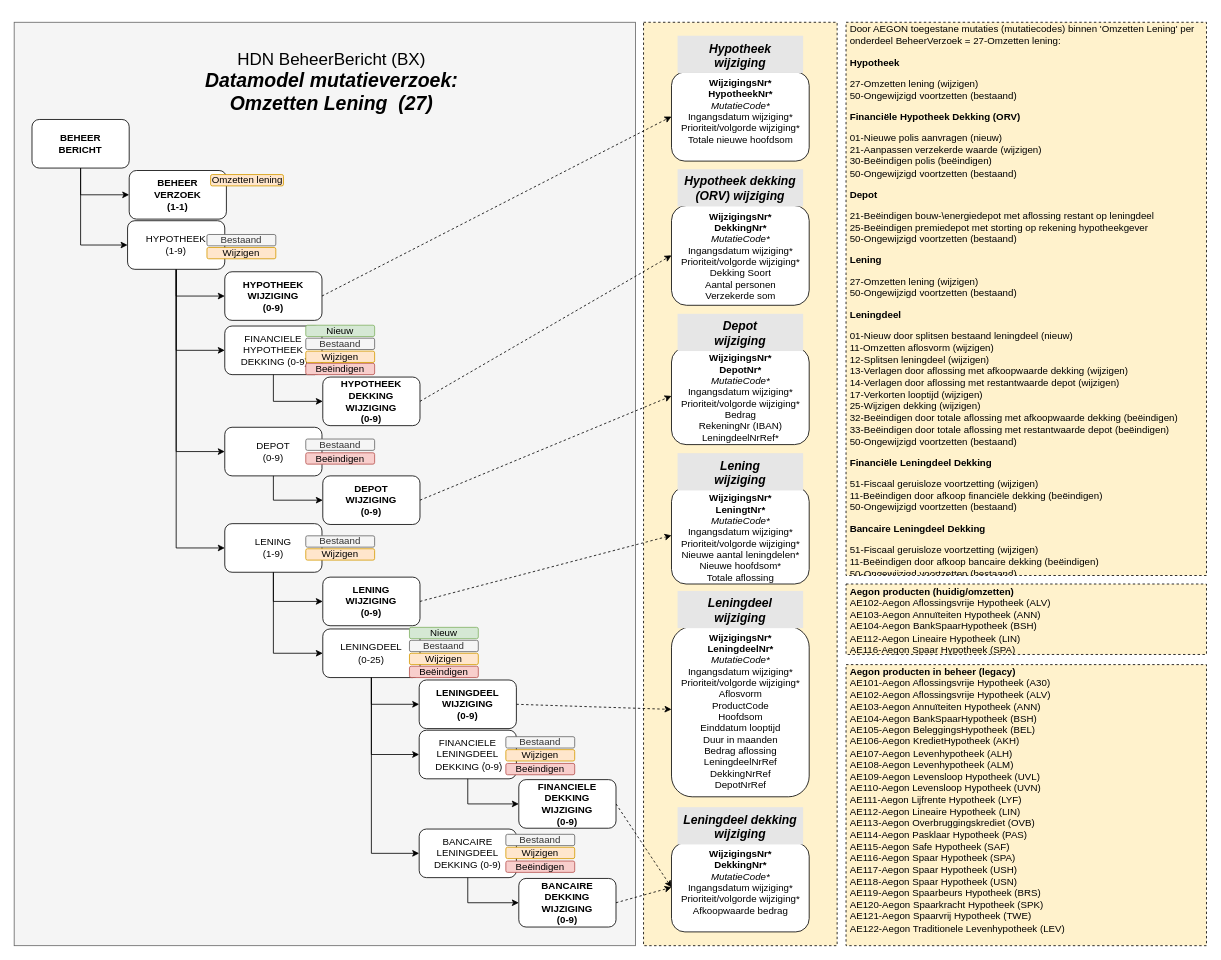
The draw.io diagram page "Wijzigingsentiteiten - Datamodel OL" (2 of 5) of HDN_BX_MM_OmzettenLening.drawio in luchthandel/diagrams, before the edit. Source tidied: cells renumbered, new cells numbered last; positions are measured from the earlier drawing's top-left corner, leaving out a move shared by most shapes. Both pictures are drawn from the tidied source at 81%, with x=0, y=0 at pixel (14, 22).
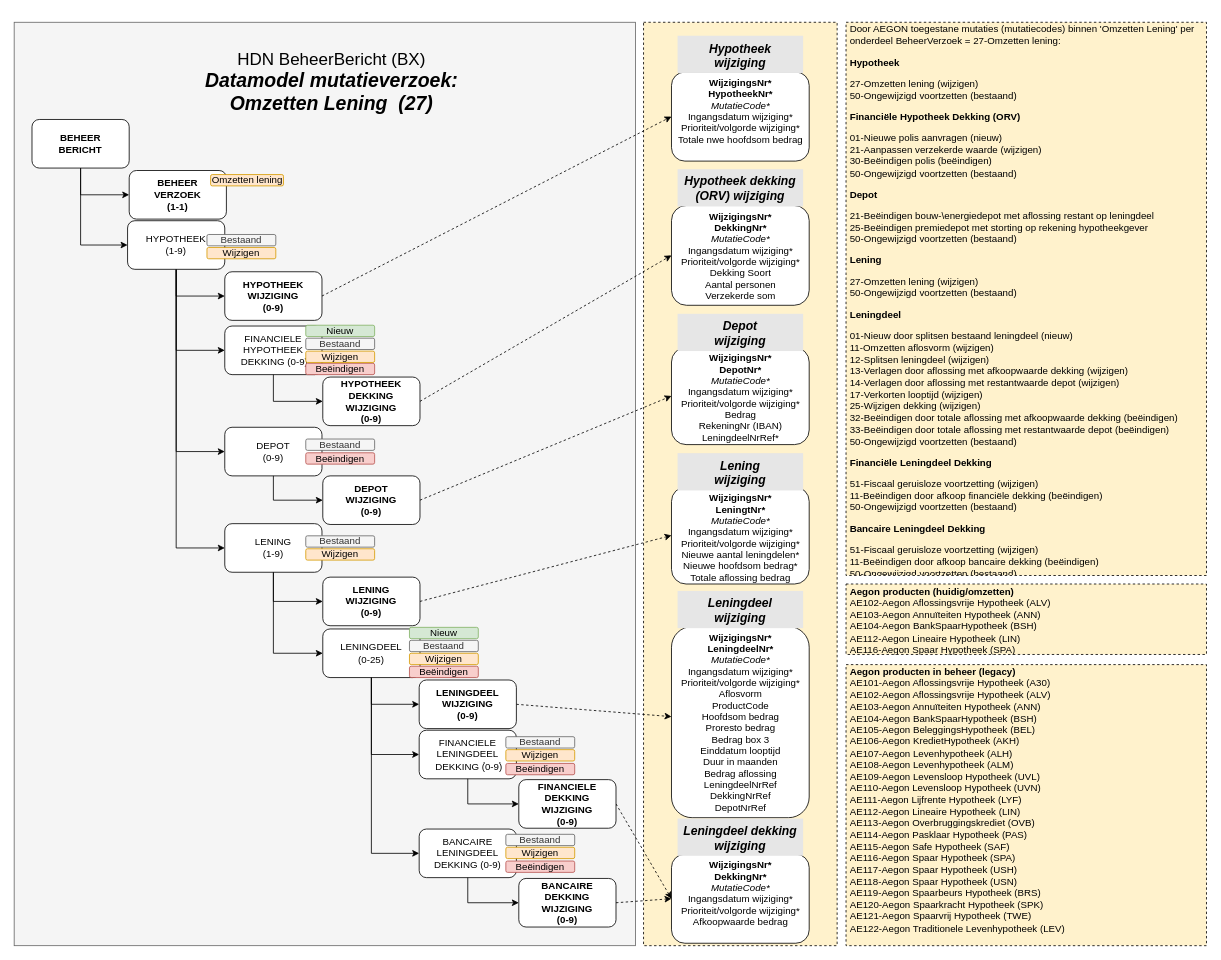
The same page after the edit.

The edit, as a diff of the source:
```diff
@@
-    <mxCell id="70" value="&lt;p class=&quot;p1&quot; style=&quot;margin: 0px ; font-stretch: normal ; line-height: normal ; font-family: &amp;#34;arial&amp;#34; ; color: rgb(0 , 0 , 0)&quot;&gt;&lt;span&gt;WijzigingsNr*&lt;/span&gt;&lt;/p&gt;&lt;p class=&quot;p1&quot; style=&quot;margin: 0px ; font-stretch: normal ; line-height: normal ; font-family: &amp;#34;arial&amp;#34; ; color: rgb(0 , 0 , 0)&quot;&gt;&lt;span&gt;LeningdeelNr*&lt;/span&gt;&lt;br&gt;&lt;/p&gt;&lt;p class=&quot;p1&quot; style=&quot;margin: 0px ; font-weight: 400 ; font-stretch: normal ; line-height: normal ; font-family: &amp;#34;arial&amp;#34; ; color: rgb(0 , 0 , 0)&quot;&gt;&lt;font style=&quot;font-size: 12px&quot;&gt;&lt;i&gt;MutatieCode*&lt;/i&gt;&lt;/font&gt;&lt;/p&gt;&lt;p class=&quot;p1&quot; style=&quot;margin: 0px ; font-weight: 400 ; font-stretch: normal ; line-height: normal ; font-family: &amp;#34;arial&amp;#34; ; color: rgb(0 , 0 , 0)&quot;&gt;&lt;font style=&quot;font-size: 12px&quot;&gt;Ingangsdatum wijziging*&lt;/font&gt;&lt;/p&gt;&lt;p class=&quot;p1&quot; style=&quot;margin: 0px ; font-weight: 400 ; font-stretch: normal ; line-height: normal ; font-family: &amp;#34;arial&amp;#34; ; color: rgb(0 , 0 , 0)&quot;&gt;&lt;font style=&quot;font-size: 12px&quot;&gt;Prioriteit/volgorde wijziging*&lt;br&gt;&lt;/font&gt;&lt;/p&gt;&lt;p class=&quot;p1&quot; style=&quot;margin: 0px ; font-weight: 400 ; font-stretch: normal ; line-height: normal ; font-family: &amp;#34;arial&amp;#34; ; color: rgb(0 , 0 , 0)&quot;&gt;&lt;font style=&quot;font-size: 12px&quot;&gt;Aflosvorm&lt;/font&gt;&lt;/p&gt;&lt;p class=&quot;p1&quot; style=&quot;margin: 0px ; font-weight: 400 ; font-stretch: normal ; line-height: normal ; font-family: &amp;#34;arial&amp;#34; ; color: rgb(0 , 0 , 0)&quot;&gt;&lt;font style=&quot;font-size: 12px&quot;&gt;ProductCode&lt;/font&gt;&lt;/p&gt;&lt;p class=&quot;p1&quot; style=&quot;margin: 0px ; font-weight: 400 ; font-stretch: normal ; line-height: normal ; font-family: &amp;#34;arial&amp;#34; ; color: rgb(0 , 0 , 0)&quot;&gt;&lt;font style=&quot;font-size: 12px&quot;&gt;Hoofdsom&lt;/font&gt;&lt;/p&gt;&lt;p class=&quot;p1&quot; style=&quot;margin: 0px ; font-weight: 400 ; font-stretch: normal ; line-height: normal ; font-family: &amp;#34;arial&amp;#34; ; color: rgb(0 , 0 , 0)&quot;&gt;&lt;font style=&quot;font-size: 12px&quot;&gt;Einddatum looptijd&lt;/font&gt;&lt;/p&gt;&lt;p class=&quot;p1&quot; style=&quot;margin: 0px ; font-weight: 400 ; font-stretch: normal ; line-height: normal ; font-family: &amp;#34;arial&amp;#34; ; color: rgb(0 , 0 , 0)&quot;&gt;&lt;font style=&quot;font-size: 12px&quot;&gt;Duur in maanden&lt;/font&gt;&lt;/p&gt;&lt;p class=&quot;p1&quot; style=&quot;margin: 0px ; font-weight: 400 ; font-stretch: normal ; line-height: normal ; font-family: &amp;#34;arial&amp;#34; ; color: rgb(0 , 0 , 0)&quot;&gt;&lt;font style=&quot;font-size: 12px&quot;&gt;Bedrag aflossing&lt;/font&gt;&lt;/p&gt;&lt;p class=&quot;p1&quot; style=&quot;margin: 0px ; font-weight: 400 ; font-stretch: normal ; line-height: normal ; font-family: &amp;#34;arial&amp;#34; ; color: rgb(0 , 0 , 0)&quot;&gt;&lt;span&gt;LeningdeelNrRef&lt;/span&gt;&lt;br&gt;&lt;/p&gt;&lt;p class=&quot;p1&quot; style=&quot;margin: 0px ; font-weight: 400 ; font-stretch: normal ; line-height: normal ; font-family: &amp;#34;arial&amp;#34; ; color: rgb(0 , 0 , 0)&quot;&gt;DekkingNrRef&lt;/p&gt;&lt;p class=&quot;p1&quot; style=&quot;margin: 0px ; font-weight: 400 ; font-stretch: normal ; line-height: normal ; font-family: &amp;#34;arial&amp;#34; ; color: rgb(0 , 0 , 0)&quot;&gt;&lt;/p&gt;&lt;p class=&quot;p1&quot; style=&quot;margin: 0px ; font-weight: 400 ; font-stretch: normal ; line-height: normal ; font-family: &amp;#34;arial&amp;#34; ; color: rgb(0 , 0 , 0)&quot;&gt;DepotNrRef&lt;/p&gt;" style="rounded=1;whiteSpace=wrap;html=1;fontStyle=1;fontColor=#808080;verticalAlign=top;" parent="1" vertex="1">
-      <mxGeometry x="811.5" y="746" width="170" height="210.2" as="geometry" />
+    <mxCell id="70" value="&lt;p class=&quot;p1&quot; style=&quot;margin: 0px ; font-stretch: normal ; line-height: normal ; font-family: &amp;#34;arial&amp;#34; ; color: rgb(0 , 0 , 0)&quot;&gt;&lt;span&gt;WijzigingsNr*&lt;/span&gt;&lt;/p&gt;&lt;p class=&quot;p1&quot; style=&quot;margin: 0px ; font-stretch: normal ; line-height: normal ; font-family: &amp;#34;arial&amp;#34; ; color: rgb(0 , 0 , 0)&quot;&gt;&lt;span&gt;LeningdeelNr*&lt;/span&gt;&lt;br&gt;&lt;/p&gt;&lt;p class=&quot;p1&quot; style=&quot;margin: 0px ; font-weight: 400 ; font-stretch: normal ; line-height: normal ; font-family: &amp;#34;arial&amp;#34; ; color: rgb(0 , 0 , 0)&quot;&gt;&lt;font style=&quot;font-size: 12px&quot;&gt;&lt;i&gt;MutatieCode*&lt;/i&gt;&lt;/font&gt;&lt;/p&gt;&lt;p class=&quot;p1&quot; style=&quot;margin: 0px ; font-weight: 400 ; font-stretch: normal ; line-height: normal ; font-family: &amp;#34;arial&amp;#34; ; color: rgb(0 , 0 , 0)&quot;&gt;&lt;font style=&quot;font-size: 12px&quot;&gt;Ingangsdatum wijziging*&lt;/font&gt;&lt;/p&gt;&lt;p class=&quot;p1&quot; style=&quot;margin: 0px ; font-weight: 400 ; font-stretch: normal ; line-height: normal ; font-family: &amp;#34;arial&amp;#34; ; color: rgb(0 , 0 , 0)&quot;&gt;&lt;font style=&quot;font-size: 12px&quot;&gt;Prioriteit/volgorde wijziging*&lt;br&gt;&lt;/font&gt;&lt;/p&gt;&lt;p class=&quot;p1&quot; style=&quot;margin: 0px ; font-weight: 400 ; font-stretch: normal ; line-height: normal ; font-family: &amp;#34;arial&amp;#34; ; color: rgb(0 , 0 , 0)&quot;&gt;&lt;font style=&quot;font-size: 12px&quot;&gt;Aflosvorm&lt;/font&gt;&lt;/p&gt;&lt;p class=&quot;p1&quot; style=&quot;margin: 0px ; font-weight: 400 ; font-stretch: normal ; line-height: normal ; font-family: &amp;#34;arial&amp;#34; ; color: rgb(0 , 0 , 0)&quot;&gt;&lt;font style=&quot;font-size: 12px&quot;&gt;ProductCode&lt;/font&gt;&lt;/p&gt;&lt;p class=&quot;p1&quot; style=&quot;margin: 0px ; font-weight: 400 ; font-stretch: normal ; line-height: normal ; font-family: &amp;#34;arial&amp;#34; ; color: rgb(0 , 0 , 0)&quot;&gt;&lt;font style=&quot;font-size: 12px&quot;&gt;Hoofdsom bedrag&lt;/font&gt;&lt;/p&gt;&lt;p class=&quot;p1&quot; style=&quot;margin: 0px ; font-weight: 400 ; font-stretch: normal ; line-height: normal ; font-family: &amp;#34;arial&amp;#34; ; color: rgb(0 , 0 , 0)&quot;&gt;&lt;font style=&quot;font-size: 12px&quot;&gt;Proresto bedrag&lt;/font&gt;&lt;/p&gt;&lt;p class=&quot;p1&quot; style=&quot;margin: 0px ; font-weight: 400 ; font-stretch: normal ; line-height: normal ; font-family: &amp;#34;arial&amp;#34; ; color: rgb(0 , 0 , 0)&quot;&gt;&lt;font style=&quot;font-size: 12px&quot;&gt;Bedrag box 3&lt;/font&gt;&lt;/p&gt;&lt;p class=&quot;p1&quot; style=&quot;margin: 0px ; font-weight: 400 ; font-stretch: normal ; line-height: normal ; font-family: &amp;#34;arial&amp;#34; ; color: rgb(0 , 0 , 0)&quot;&gt;&lt;font style=&quot;font-size: 12px&quot;&gt;Einddatum looptijd&lt;/font&gt;&lt;/p&gt;&lt;p class=&quot;p1&quot; style=&quot;margin: 0px ; font-weight: 400 ; font-stretch: normal ; line-height: normal ; font-family: &amp;#34;arial&amp;#34; ; color: rgb(0 , 0 , 0)&quot;&gt;&lt;font style=&quot;font-size: 12px&quot;&gt;Duur in maanden&lt;/font&gt;&lt;/p&gt;&lt;p class=&quot;p1&quot; style=&quot;margin: 0px ; font-weight: 400 ; font-stretch: normal ; line-height: normal ; font-family: &amp;#34;arial&amp;#34; ; color: rgb(0 , 0 , 0)&quot;&gt;&lt;font style=&quot;font-size: 12px&quot;&gt;Bedrag aflossing&lt;/font&gt;&lt;/p&gt;&lt;p class=&quot;p1&quot; style=&quot;margin: 0px ; font-weight: 400 ; font-stretch: normal ; line-height: normal ; font-family: &amp;#34;arial&amp;#34; ; color: rgb(0 , 0 , 0)&quot;&gt;&lt;span&gt;LeningdeelNrRef&lt;/span&gt;&lt;br&gt;&lt;/p&gt;&lt;p class=&quot;p1&quot; style=&quot;margin: 0px ; font-weight: 400 ; font-stretch: normal ; line-height: normal ; font-family: &amp;#34;arial&amp;#34; ; color: rgb(0 , 0 , 0)&quot;&gt;DekkingNrRef&lt;/p&gt;&lt;p class=&quot;p1&quot; style=&quot;margin: 0px ; font-weight: 400 ; font-stretch: normal ; line-height: normal ; font-family: &amp;#34;arial&amp;#34; ; color: rgb(0 , 0 , 0)&quot;&gt;&lt;/p&gt;&lt;p class=&quot;p1&quot; style=&quot;margin: 0px ; font-weight: 400 ; font-stretch: normal ; line-height: normal ; font-family: &amp;#34;arial&amp;#34; ; color: rgb(0 , 0 , 0)&quot;&gt;DepotNrRef&lt;/p&gt;" style="rounded=1;whiteSpace=wrap;html=1;fontStyle=1;fontColor=#808080;verticalAlign=top;" parent="1" vertex="1">
+      <mxGeometry x="811.5" y="746" width="170" height="236" as="geometry" />
     </mxCell>
@@
-    <mxCell id="73" value="&lt;p class=&quot;p1&quot; style=&quot;margin: 0px ; font-stretch: normal ; line-height: normal ; font-family: &amp;#34;arial&amp;#34; ; color: rgb(0 , 0 , 0)&quot;&gt;&lt;span&gt;WijzigingsNr*&lt;/span&gt;&lt;/p&gt;&lt;p class=&quot;p1&quot; style=&quot;margin: 0px ; font-stretch: normal ; line-height: normal ; font-family: &amp;#34;arial&amp;#34; ; color: rgb(0 , 0 , 0)&quot;&gt;&lt;span&gt;LeningtNr*&lt;/span&gt;&lt;br&gt;&lt;/p&gt;&lt;p class=&quot;p1&quot; style=&quot;margin: 0px ; font-weight: 400 ; font-stretch: normal ; line-height: normal ; font-family: &amp;#34;arial&amp;#34; ; color: rgb(0 , 0 , 0)&quot;&gt;&lt;font style=&quot;font-size: 12px&quot;&gt;&lt;i&gt;MutatieCode*&lt;/i&gt;&lt;/font&gt;&lt;/p&gt;&lt;p class=&quot;p1&quot; style=&quot;margin: 0px ; font-weight: 400 ; font-stretch: normal ; line-height: normal ; font-family: &amp;#34;arial&amp;#34; ; color: rgb(0 , 0 , 0)&quot;&gt;&lt;font style=&quot;font-size: 12px&quot;&gt;Ingangsdatum wijziging*&lt;/font&gt;&lt;/p&gt;&lt;p class=&quot;p1&quot; style=&quot;margin: 0px ; font-weight: 400 ; font-stretch: normal ; line-height: normal ; font-family: &amp;#34;arial&amp;#34; ; color: rgb(0 , 0 , 0)&quot;&gt;Prioriteit/volgorde wijziging*&lt;span style=&quot;font-family: &amp;#34;helvetica&amp;#34; ; text-align: left&quot;&gt;&lt;br&gt;&lt;/span&gt;&lt;/p&gt;&lt;p class=&quot;p1&quot; style=&quot;margin: 0px ; font-weight: 400 ; font-stretch: normal ; line-height: normal ; font-family: &amp;#34;arial&amp;#34; ; color: rgb(0 , 0 , 0)&quot;&gt;&lt;span style=&quot;font-family: &amp;#34;helvetica&amp;#34; ; text-align: left&quot;&gt;Nieuwe aantal leningdelen*&lt;/span&gt;&lt;br style=&quot;font-family: &amp;#34;helvetica&amp;#34; ; text-align: left&quot;&gt;&lt;span style=&quot;font-family: &amp;#34;helvetica&amp;#34; ; text-align: left&quot;&gt;Nieuwe hoofdsom*&lt;/span&gt;&lt;br style=&quot;font-family: &amp;#34;helvetica&amp;#34; ; text-align: left&quot;&gt;&lt;span style=&quot;font-family: &amp;#34;helvetica&amp;#34; ; text-align: left&quot;&gt;Totale aflossing&lt;/span&gt;&lt;br&gt;&lt;/p&gt;" style="rounded=1;whiteSpace=wrap;html=1;fontStyle=1;fontColor=#808080;verticalAlign=top;" parent="1" vertex="1">
+    <mxCell id="73" value="&lt;p class=&quot;p1&quot; style=&quot;margin: 0px ; font-stretch: normal ; line-height: normal ; font-family: &amp;#34;arial&amp;#34; ; color: rgb(0 , 0 , 0)&quot;&gt;&lt;span&gt;WijzigingsNr*&lt;/span&gt;&lt;/p&gt;&lt;p class=&quot;p1&quot; style=&quot;margin: 0px ; font-stretch: normal ; line-height: normal ; font-family: &amp;#34;arial&amp;#34; ; color: rgb(0 , 0 , 0)&quot;&gt;&lt;span&gt;LeningtNr*&lt;/span&gt;&lt;br&gt;&lt;/p&gt;&lt;p class=&quot;p1&quot; style=&quot;margin: 0px ; font-weight: 400 ; font-stretch: normal ; line-height: normal ; font-family: &amp;#34;arial&amp;#34; ; color: rgb(0 , 0 , 0)&quot;&gt;&lt;font style=&quot;font-size: 12px&quot;&gt;&lt;i&gt;MutatieCode*&lt;/i&gt;&lt;/font&gt;&lt;/p&gt;&lt;p class=&quot;p1&quot; style=&quot;margin: 0px ; font-weight: 400 ; font-stretch: normal ; line-height: normal ; font-family: &amp;#34;arial&amp;#34; ; color: rgb(0 , 0 , 0)&quot;&gt;&lt;font style=&quot;font-size: 12px&quot;&gt;Ingangsdatum wijziging*&lt;/font&gt;&lt;/p&gt;&lt;p class=&quot;p1&quot; style=&quot;margin: 0px ; font-weight: 400 ; font-stretch: normal ; line-height: normal ; font-family: &amp;#34;arial&amp;#34; ; color: rgb(0 , 0 , 0)&quot;&gt;Prioriteit/volgorde wijziging*&lt;span style=&quot;font-family: &amp;#34;helvetica&amp;#34; ; text-align: left&quot;&gt;&lt;br&gt;&lt;/span&gt;&lt;/p&gt;&lt;p class=&quot;p1&quot; style=&quot;margin: 0px ; font-weight: 400 ; font-stretch: normal ; line-height: normal ; font-family: &amp;#34;arial&amp;#34; ; color: rgb(0 , 0 , 0)&quot;&gt;&lt;span style=&quot;font-family: &amp;#34;helvetica&amp;#34; ; text-align: left&quot;&gt;Nieuwe aantal leningdelen*&lt;/span&gt;&lt;br style=&quot;font-family: &amp;#34;helvetica&amp;#34; ; text-align: left&quot;&gt;&lt;span style=&quot;font-family: &amp;#34;helvetica&amp;#34; ; text-align: left&quot;&gt;Nieuwe hoofdsom bedrag*&lt;/span&gt;&lt;br style=&quot;font-family: &amp;#34;helvetica&amp;#34; ; text-align: left&quot;&gt;&lt;span style=&quot;font-family: &amp;#34;helvetica&amp;#34; ; text-align: left&quot;&gt;Totale aflossing bedrag&lt;/span&gt;&lt;br&gt;&lt;/p&gt;" style="rounded=1;whiteSpace=wrap;html=1;fontStyle=1;fontColor=#808080;verticalAlign=top;" parent="1" vertex="1">
       <mxGeometry x="811.5" y="573.5" width="170" height="120" as="geometry" />
     </mxCell>
     <mxCell id="74" value="&lt;p class=&quot;p1&quot; style=&quot;margin: 0px ; font-stretch: normal ; line-height: normal ; font-family: &amp;#34;arial&amp;#34; ; color: rgb(0 , 0 , 0)&quot;&gt;&lt;span&gt;WijzigingsNr*&lt;/span&gt;&lt;/p&gt;&lt;p class=&quot;p1&quot; style=&quot;margin: 0px ; font-stretch: normal ; line-height: normal ; font-family: &amp;#34;arial&amp;#34; ; color: rgb(0 , 0 , 0)&quot;&gt;&lt;span&gt;DekkingNr*&lt;/span&gt;&lt;br&gt;&lt;/p&gt;&lt;p class=&quot;p1&quot; style=&quot;margin: 0px ; font-weight: 400 ; font-stretch: normal ; line-height: normal ; font-family: &amp;#34;arial&amp;#34; ; color: rgb(0 , 0 , 0)&quot;&gt;&lt;font style=&quot;font-size: 12px&quot;&gt;&lt;i&gt;MutatieCode*&lt;/i&gt;&lt;/font&gt;&lt;/p&gt;&lt;p class=&quot;p1&quot; style=&quot;margin: 0px ; font-weight: 400 ; font-stretch: normal ; line-height: normal ; font-family: &amp;#34;arial&amp;#34; ; color: rgb(0 , 0 , 0)&quot;&gt;&lt;font style=&quot;font-size: 12px&quot;&gt;Ingangsdatum wijziging*&lt;/font&gt;&lt;/p&gt;&lt;p class=&quot;p1&quot; style=&quot;margin: 0px ; font-weight: 400 ; font-stretch: normal ; line-height: normal ; font-family: &amp;#34;arial&amp;#34; ; color: rgb(0 , 0 , 0)&quot;&gt;&lt;font style=&quot;font-size: 12px&quot;&gt;Prioriteit/volgorde wijziging*&lt;br&gt;&lt;/font&gt;&lt;/p&gt;&lt;p class=&quot;p1&quot; style=&quot;margin: 0px ; font-weight: 400 ; font-stretch: normal ; line-height: normal ; font-family: &amp;#34;arial&amp;#34; ; color: rgb(0 , 0 , 0)&quot;&gt;Afkoopwaarde bedrag&lt;/p&gt;" style="rounded=1;whiteSpace=wrap;html=1;fontStyle=1;fontColor=#808080;verticalAlign=top;" parent="1" vertex="1">
-      <mxGeometry x="811.5" y="1013" width="170" height="110" as="geometry" />
+      <mxGeometry x="811.5" y="1027" width="170" height="110" as="geometry" />
     </mxCell>
-    <mxCell id="75" value="&lt;p class=&quot;p1&quot; style=&quot;margin: 0px ; font-stretch: normal ; line-height: normal ; font-family: &amp;#34;arial&amp;#34; ; color: rgb(0 , 0 , 0)&quot;&gt;&lt;span&gt;WijzigingsNr*&lt;/span&gt;&lt;/p&gt;&lt;p class=&quot;p1&quot; style=&quot;margin: 0px ; font-stretch: normal ; line-height: normal ; font-family: &amp;#34;arial&amp;#34; ; color: rgb(0 , 0 , 0)&quot;&gt;&lt;span&gt;HypotheekNr*&lt;/span&gt;&lt;br&gt;&lt;/p&gt;&lt;p class=&quot;p1&quot; style=&quot;margin: 0px ; font-weight: 400 ; font-stretch: normal ; line-height: normal ; font-family: &amp;#34;arial&amp;#34; ; color: rgb(0 , 0 , 0)&quot;&gt;&lt;font style=&quot;font-size: 12px&quot;&gt;&lt;i&gt;MutatieCode*&lt;/i&gt;&lt;/font&gt;&lt;/p&gt;&lt;p class=&quot;p1&quot; style=&quot;margin: 0px ; font-weight: 400 ; font-stretch: normal ; line-height: normal ; font-family: &amp;#34;arial&amp;#34; ; color: rgb(0 , 0 , 0)&quot;&gt;&lt;font style=&quot;font-size: 12px&quot;&gt;Ingangsdatum wijziging*&lt;/font&gt;&lt;/p&gt;&lt;p class=&quot;p1&quot; style=&quot;margin: 0px ; font-weight: 400 ; font-stretch: normal ; line-height: normal ; font-family: &amp;#34;arial&amp;#34; ; color: rgb(0 , 0 , 0)&quot;&gt;Prioriteit/volgorde wijziging*&lt;/p&gt;&lt;p class=&quot;p1&quot; style=&quot;margin: 0px ; font-weight: 400 ; font-stretch: normal ; line-height: normal ; font-family: &amp;#34;arial&amp;#34; ; color: rgb(0 , 0 , 0)&quot;&gt;Totale nieuwe hoofdsom&lt;/p&gt;" style="rounded=1;whiteSpace=wrap;html=1;fontStyle=1;fontColor=#808080;verticalAlign=top;" parent="1" vertex="1">
+    <mxCell id="75" value="&lt;p class=&quot;p1&quot; style=&quot;margin: 0px ; font-stretch: normal ; line-height: normal ; font-family: &amp;#34;arial&amp;#34; ; color: rgb(0 , 0 , 0)&quot;&gt;&lt;span&gt;WijzigingsNr*&lt;/span&gt;&lt;/p&gt;&lt;p class=&quot;p1&quot; style=&quot;margin: 0px ; font-stretch: normal ; line-height: normal ; font-family: &amp;#34;arial&amp;#34; ; color: rgb(0 , 0 , 0)&quot;&gt;&lt;span&gt;HypotheekNr*&lt;/span&gt;&lt;br&gt;&lt;/p&gt;&lt;p class=&quot;p1&quot; style=&quot;margin: 0px ; font-weight: 400 ; font-stretch: normal ; line-height: normal ; font-family: &amp;#34;arial&amp;#34; ; color: rgb(0 , 0 , 0)&quot;&gt;&lt;font style=&quot;font-size: 12px&quot;&gt;&lt;i&gt;MutatieCode*&lt;/i&gt;&lt;/font&gt;&lt;/p&gt;&lt;p class=&quot;p1&quot; style=&quot;margin: 0px ; font-weight: 400 ; font-stretch: normal ; line-height: normal ; font-family: &amp;#34;arial&amp;#34; ; color: rgb(0 , 0 , 0)&quot;&gt;&lt;font style=&quot;font-size: 12px&quot;&gt;Ingangsdatum wijziging*&lt;/font&gt;&lt;/p&gt;&lt;p class=&quot;p1&quot; style=&quot;margin: 0px ; font-weight: 400 ; font-stretch: normal ; line-height: normal ; font-family: &amp;#34;arial&amp;#34; ; color: rgb(0 , 0 , 0)&quot;&gt;Prioriteit/volgorde wijziging*&lt;/p&gt;&lt;p class=&quot;p1&quot; style=&quot;margin: 0px ; font-weight: 400 ; font-stretch: normal ; line-height: normal ; font-family: &amp;#34;arial&amp;#34; ; color: rgb(0 , 0 , 0)&quot;&gt;Totale nwe hoofdsom bedrag&lt;/p&gt;" style="rounded=1;whiteSpace=wrap;html=1;fontStyle=1;fontColor=#808080;verticalAlign=top;" parent="1" vertex="1">
       <mxGeometry x="811.5" y="61.4" width="170" height="110" as="geometry" />
     </mxCell>
@@
     <mxCell id="80" value="Leningdeel dekking wijziging" style="text;whiteSpace=wrap;html=1;fontSize=15;align=center;labelBackgroundColor=none;fontStyle=3;fillColor=#E6E6E6;" parent="1" vertex="1">
-      <mxGeometry x="819" y="969" width="155" height="46" as="geometry" />
+      <mxGeometry x="819" y="983" width="155" height="46" as="geometry" />
     </mxCell>
```
